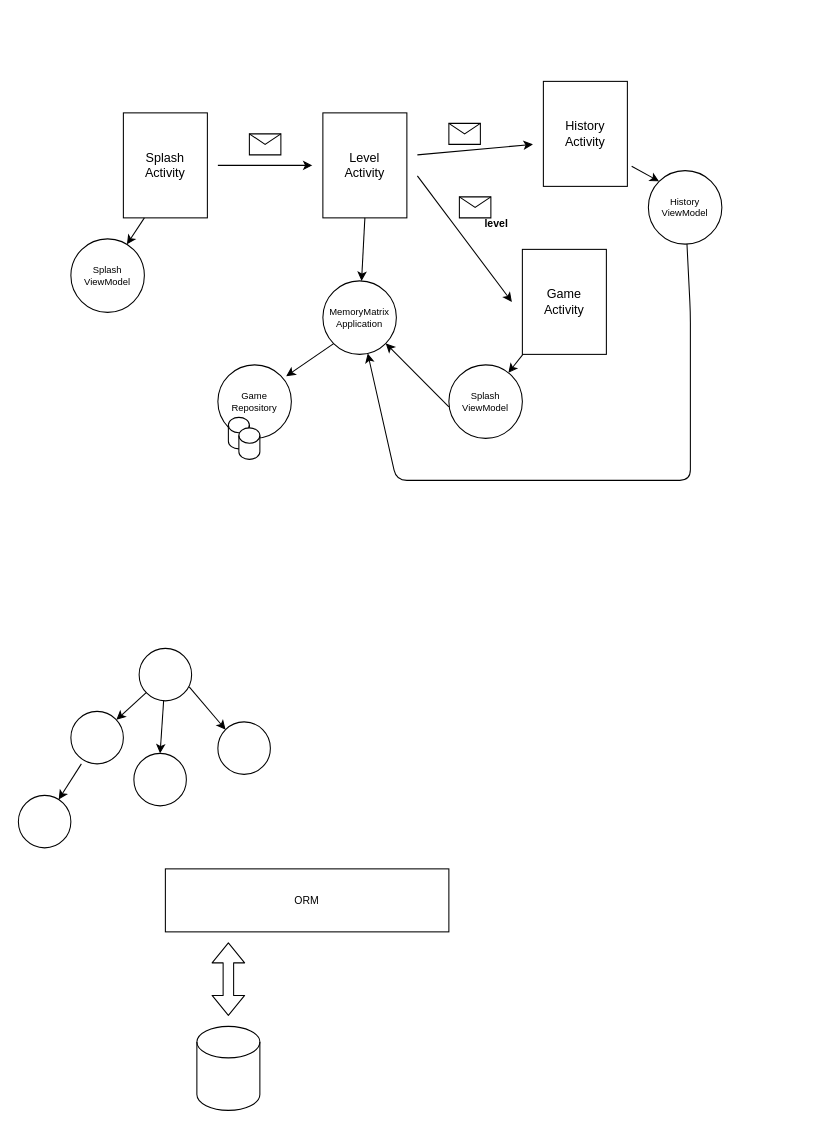
isel-leic-pdm/PDM-2021-LI5XD keeps this draw.io diagram as page "Page-7" (7 of 8) of whiteboard-PDM.drawio. Above is the earlier version. Source tidied: cells renumbered, new cells numbered last; positions are measured from the earlier drawing's top-left corner, leaving out a move shared by most shapes. Both pictures are drawn from the tidied source at 105%, with x=0, y=0 at pixel (18, 81).
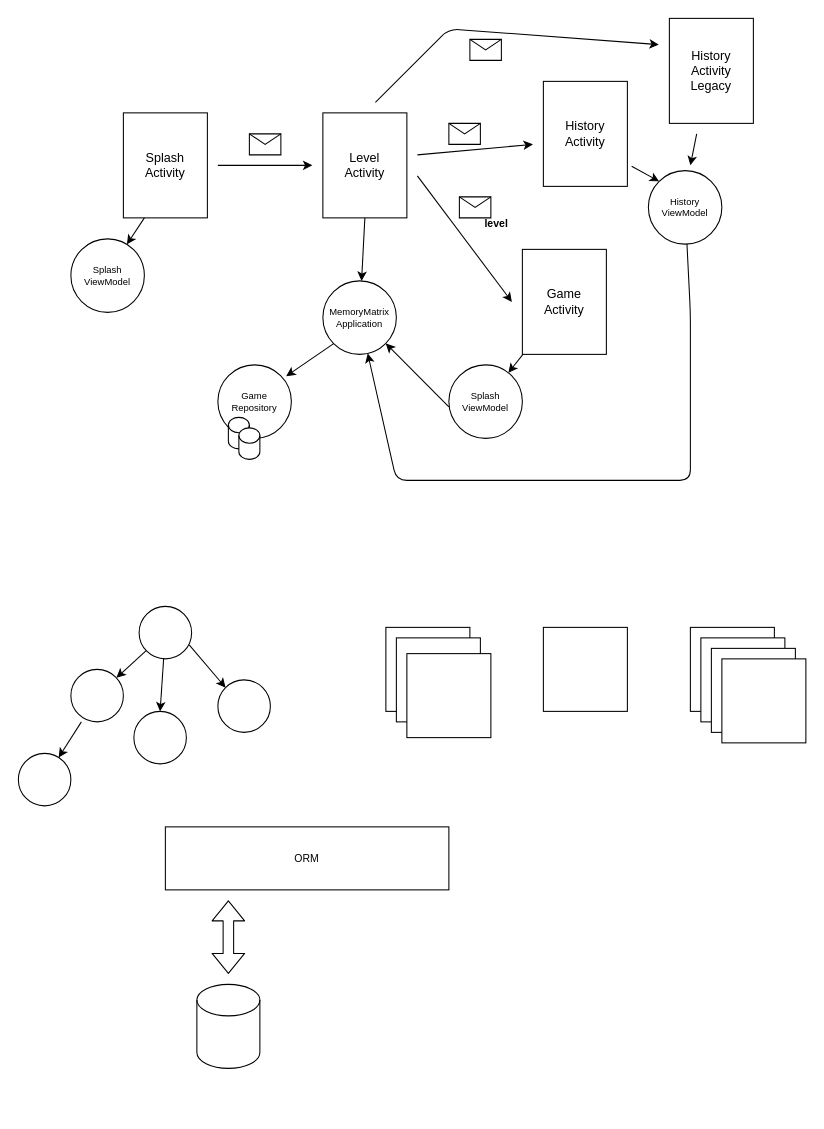
The same diagram, later.

Diff of the diagram source:
```diff
@@
     <mxCell id="27" style="shape=cylinder3;whiteSpace=wrap;html=1;boundedLbl=1;backgroundOutline=1;size=15;fontSize=10;" parent="1" vertex="1">
-      <mxGeometry x="170" y="900" width="60" height="80" as="geometry" />
+      <mxGeometry x="170" y="860" width="60" height="80" as="geometry" />
     </mxCell>
     <mxCell id="28" value="ORM" style="rounded=0;whiteSpace=wrap;html=1;fontSize=10;" parent="1" vertex="1">
-      <mxGeometry x="140" y="750" width="270" height="60" as="geometry" />
+      <mxGeometry x="140" y="710" width="270" height="60" as="geometry" />
     </mxCell>
     <mxCell id="29" style="ellipse;whiteSpace=wrap;html=1;fontSize=10;" parent="1" vertex="1">
-      <mxGeometry x="115" y="540" width="50" height="50" as="geometry" />
+      <mxGeometry x="115" y="500" width="50" height="50" as="geometry" />
     </mxCell>
     <mxCell id="30" style="ellipse;whiteSpace=wrap;html=1;fontSize=10;" parent="1" vertex="1">
-      <mxGeometry x="50" y="600" width="50" height="50" as="geometry" />
+      <mxGeometry x="50" y="560" width="50" height="50" as="geometry" />
     </mxCell>
     <mxCell id="31" style="ellipse;whiteSpace=wrap;html=1;fontSize=10;" parent="1" vertex="1">
-      <mxGeometry x="110" y="640" width="50" height="50" as="geometry" />
+      <mxGeometry x="110" y="600" width="50" height="50" as="geometry" />
     </mxCell>
     <mxCell id="32" style="ellipse;whiteSpace=wrap;html=1;fontSize=10;" parent="1" vertex="1">
-      <mxGeometry x="190" y="610" width="50" height="50" as="geometry" />
+      <mxGeometry x="190" y="570" width="50" height="50" as="geometry" />
     </mxCell>
@@
     <mxCell id="36" style="ellipse;whiteSpace=wrap;html=1;fontSize=10;" parent="1" vertex="1">
-      <mxGeometry y="680" width="50" height="50" as="geometry" />
+      <mxGeometry y="640" width="50" height="50" as="geometry" />
     </mxCell>
@@
     <mxCell id="38" style="shape=flexArrow;endArrow=classic;startArrow=classic;html=1;fontSize=10;" parent="1" edge="1">
       <mxGeometry relative="1" as="geometry">
-        <mxPoint x="200" y="890" as="sourcePoint" />
-        <mxPoint x="200" y="820" as="targetPoint" />
+        <mxPoint x="200" y="850" as="sourcePoint" />
+        <mxPoint x="200" y="780" as="targetPoint" />
       </mxGeometry>
     </mxCell>
+    <mxCell id="39" value="History&lt;br&gt;Activity&lt;br&gt;Legacy" style="rounded=0;whiteSpace=wrap;html=1;" parent="1" vertex="1">
+      <mxGeometry x="620" y="-60" width="80" height="100" as="geometry" />
+    </mxCell>
+    <mxCell id="40" style="endArrow=classic;html=1;" parent="1" edge="1">
+      <mxGeometry relative="1" as="geometry">
+        <mxPoint x="340" y="20" as="sourcePoint" />
+        <mxPoint x="610" y="-35" as="targetPoint" />
+        <Array as="points">
+          <mxPoint x="410" y="-50" />
+        </Array>
+      </mxGeometry>
+    </mxCell>
+    <mxCell id="41" style="shape=message;html=1;whiteSpace=wrap;html=1;fontSize=9;" parent="1" vertex="1">
+      <mxGeometry x="430" y="-40" width="30" height="20" as="geometry" />
+    </mxCell>
+    <mxCell id="42" style="endArrow=classic;html=1;fontSize=9;" parent="1" edge="1">
+      <mxGeometry relative="1" as="geometry">
+        <mxPoint x="646" y="50" as="sourcePoint" />
+        <mxPoint x="640" y="80" as="targetPoint" />
+      </mxGeometry>
+    </mxCell>
+    <mxCell id="43" style="whiteSpace=wrap;html=1;" parent="1" vertex="1">
+      <mxGeometry x="500" y="520" width="80" height="80" as="geometry" />
+    </mxCell>
+    <mxCell id="44" style="whiteSpace=wrap;html=1;" parent="1" vertex="1">
+      <mxGeometry x="640" y="520" width="80" height="80" as="geometry" />
+    </mxCell>
+    <mxCell id="45" style="whiteSpace=wrap;html=1;" parent="1" vertex="1">
+      <mxGeometry x="650" y="530" width="80" height="80" as="geometry" />
+    </mxCell>
+    <mxCell id="46" style="whiteSpace=wrap;html=1;fontStyle=1;" parent="1" vertex="1">
+      <mxGeometry x="660" y="540" width="80" height="80" as="geometry" />
+    </mxCell>
+    <mxCell id="47" style="whiteSpace=wrap;html=1;fontStyle=1;" parent="1" vertex="1">
+      <mxGeometry x="670" y="550" width="80" height="80" as="geometry" />
+    </mxCell>
+    <mxCell id="48" style="whiteSpace=wrap;html=1;" parent="1" vertex="1">
+      <mxGeometry x="350" y="520" width="80" height="80" as="geometry" />
+    </mxCell>
+    <mxCell id="49" style="whiteSpace=wrap;html=1;fontStyle=1;" parent="1" vertex="1">
+      <mxGeometry x="360" y="530" width="80" height="80" as="geometry" />
+    </mxCell>
+    <mxCell id="50" style="whiteSpace=wrap;html=1;fontStyle=1;" parent="1" vertex="1">
+      <mxGeometry x="370" y="545" width="80" height="80" as="geometry" />
+    </mxCell>
```
